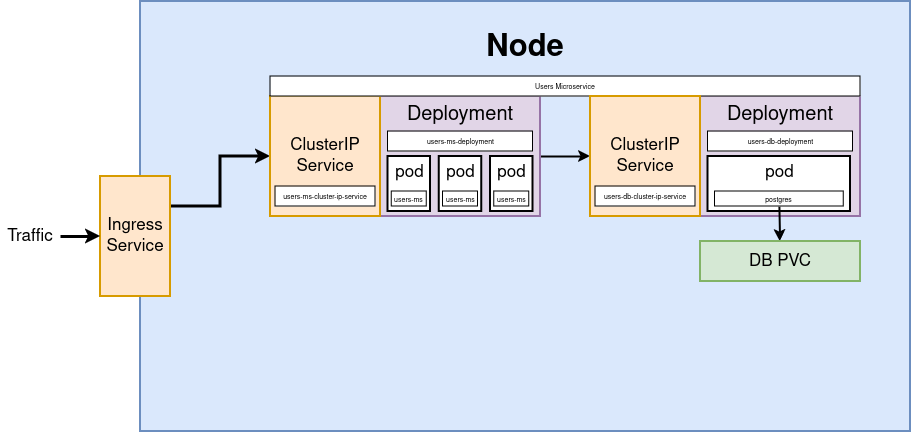
Before: k8s/Architecture.png, a diagram exported from draw.io (lucamarchiori/ExploringMicroservices). Source tidied: cells renumbered, new cells last; positions are measured from the earlier drawing's top-left corner, leaving out a move shared by most shapes.
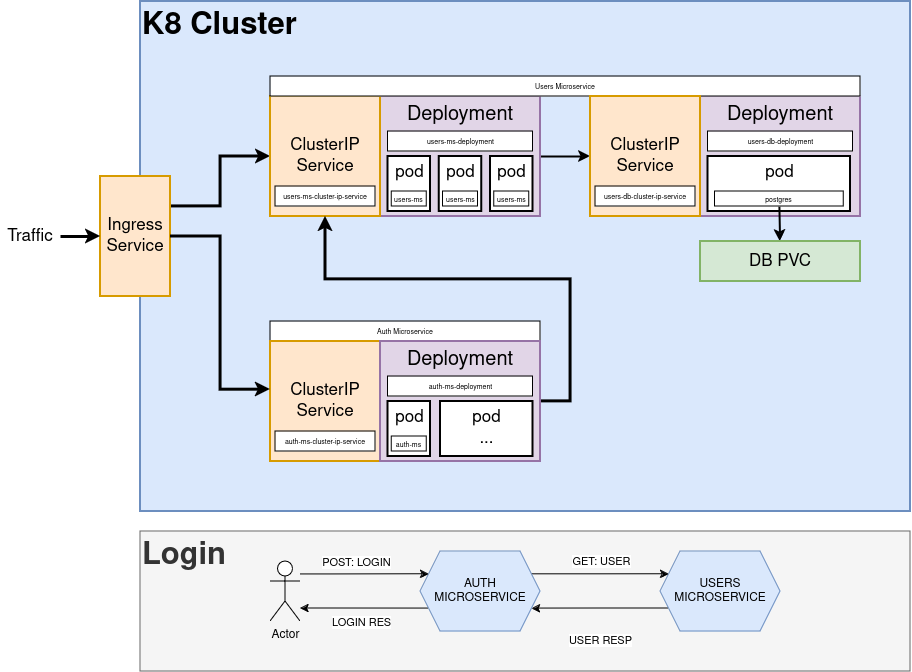
After the commit.

The edit, as a diff of the source:
```diff
@@ -2,8 +2,11 @@
   <root>
     <mxCell id="0" />
     <mxCell id="1" parent="0" />
+    <mxCell id="29" value="&lt;b&gt;&lt;font style=&quot;font-size: 31px;&quot;&gt;Login&lt;br&gt;&lt;/font&gt;&lt;/b&gt;" style="rounded=0;whiteSpace=wrap;html=1;align=left;verticalAlign=top;fillColor=#f5f5f5;strokeColor=#666666;fontColor=#333333;" parent="1" vertex="1">
+      <mxGeometry x="140" y="530" width="770" height="140" as="geometry" />
+    </mxCell>
-    <mxCell id="2" value="Node&lt;br style=&quot;font-size: 31px;&quot;&gt;&lt;br style=&quot;font-size: 31px;&quot;&gt;&lt;br style=&quot;font-size: 31px;&quot;&gt;&lt;br style=&quot;font-size: 31px;&quot;&gt;&lt;br style=&quot;font-size: 31px;&quot;&gt;&lt;br style=&quot;font-size: 31px;&quot;&gt;&lt;br style=&quot;font-size: 31px;&quot;&gt;&lt;br style=&quot;font-size: 31px;&quot;&gt;&lt;br style=&quot;font-size: 31px;&quot;&gt;&lt;br style=&quot;font-size: 31px;&quot;&gt;" style="rounded=0;whiteSpace=wrap;html=1;strokeWidth=2;fontSize=31;align=center;fillColor=#dae8fc;strokeColor=#6c8ebf;fontStyle=1;" parent="1" vertex="1">
-      <mxGeometry x="140" width="770" height="430" as="geometry" />
+    <mxCell id="2" value="K8 Cluster" style="rounded=0;whiteSpace=wrap;html=1;strokeWidth=2;fontSize=31;align=left;fillColor=#dae8fc;strokeColor=#6c8ebf;fontStyle=1;verticalAlign=top;" parent="1" vertex="1">
+      <mxGeometry x="140" width="770" height="510" as="geometry" />
     </mxCell>
     <mxCell id="3" style="edgeStyle=orthogonalEdgeStyle;rounded=0;jettySize=auto;html=1;entryX=0;entryY=0.5;entryDx=0;entryDy=0;strokeWidth=2;" parent="1" edge="1" source="4" target="26">
       <mxGeometry relative="1" as="geometry" />
@@ -83,5 +86,103 @@
     <mxCell id="28" value="users-db-cluster-ip-service" style="rounded=0;whiteSpace=wrap;html=1;fontSize=7;" parent="27" vertex="1">
       <mxGeometry x="5" y="90" width="100" height="20" as="geometry" />
     </mxCell>
+    <mxCell id="30" value="Auth Microservice" style="rounded=0;whiteSpace=wrap;html=1;fontSize=7;" parent="1" vertex="1">
+      <mxGeometry x="270" y="320" width="270" height="20" as="geometry" />
+    </mxCell>
+    <mxCell id="31" style="group;" parent="1" vertex="1">
+      <mxGeometry x="270" y="340" width="110" height="120" as="geometry" />
+    </mxCell>
+    <mxCell id="32" value="ClusterIP&lt;br&gt;Service" style="rounded=0;whiteSpace=wrap;html=1;strokeWidth=2;fontSize=17;align=center;fillColor=#ffe6cc;strokeColor=#d79b00;verticalAlign=middle;" parent="31" vertex="1">
+      <mxGeometry width="110" height="120" as="geometry" />
+    </mxCell>
+    <mxCell id="33" value="auth-ms-cluster-ip-service" style="rounded=0;whiteSpace=wrap;html=1;fontSize=7;" parent="31" vertex="1">
+      <mxGeometry x="5" y="90" width="100" height="20" as="geometry" />
+    </mxCell>
+    <mxCell id="34" style="edgeStyle=orthogonalEdgeStyle;rounded=0;jettySize=auto;html=1;strokeWidth=3;" parent="1" edge="1" source="35" target="17">
+      <mxGeometry relative="1" as="geometry">
+        <Array as="points">
+          <mxPoint x="570" y="400" />
+          <mxPoint x="570" y="278" />
+          <mxPoint x="325" y="278" />
+        </Array>
+      </mxGeometry>
+    </mxCell>
+    <mxCell id="35" value="Deployment" style="rounded=0;whiteSpace=wrap;html=1;strokeWidth=2;fontSize=20;align=center;fillColor=#e1d5e7;strokeColor=#9673a6;verticalAlign=top;" parent="1" vertex="1">
+      <mxGeometry x="380" y="340" width="160" height="120" as="geometry" />
+    </mxCell>
+    <mxCell id="36" value="pod" style="rounded=0;whiteSpace=wrap;html=1;strokeWidth=2;fontSize=17;align=center;fillColor=#ffffff;strokeColor=#000000;verticalAlign=top;" parent="1" vertex="1">
+      <mxGeometry x="387.5" y="400" width="42.5" height="55" as="geometry" />
+    </mxCell>
+    <mxCell id="37" value="auth-ms-deployment" style="rounded=0;whiteSpace=wrap;html=1;fontSize=7;" parent="1" vertex="1">
+      <mxGeometry x="387.5" y="375" width="145" height="20" as="geometry" />
+    </mxCell>
+    <mxCell id="38" value="&lt;div&gt;pod&lt;/div&gt;&lt;div&gt;...&lt;br&gt;&lt;/div&gt;" style="rounded=0;whiteSpace=wrap;html=1;strokeWidth=2;fontSize=17;align=center;fillColor=#ffffff;strokeColor=#000000;verticalAlign=top;" parent="1" vertex="1">
+      <mxGeometry x="440" y="400" width="92.5" height="55" as="geometry" />
+    </mxCell>
+    <mxCell id="39" value="auth-ms" style="rounded=0;whiteSpace=wrap;html=1;fontSize=7;" parent="1" vertex="1">
+      <mxGeometry x="391.2" y="435" width="35" height="15" as="geometry" />
+    </mxCell>
+    <mxCell id="40" style="edgeStyle=orthogonalEdgeStyle;rounded=0;jettySize=auto;html=1;entryX=-0.002;entryY=0.401;entryDx=0;entryDy=0;entryPerimeter=0;strokeWidth=3;" parent="1" edge="1" source="6" target="32">
+      <mxGeometry relative="1" as="geometry" />
+    </mxCell>
+    <mxCell id="41" style="edgeStyle=orthogonalEdgeStyle;rounded=0;jettySize=auto;html=1;entryX=1;entryY=0.75;entryDx=0;entryDy=0;" parent="1" edge="1" source="43" target="48">
+      <mxGeometry relative="1" as="geometry">
+        <Array as="points">
+          <mxPoint x="600" y="607" />
+        </Array>
+      </mxGeometry>
+    </mxCell>
+    <mxCell id="42" value="&lt;div&gt;USER RESP&lt;/div&gt;" style="edgeLabel;html=1;align=center;verticalAlign=middle;" parent="41" vertex="1">
+      <mxGeometry x="-0.08" relative="1" as="geometry">
+        <mxPoint x="-6" y="31" as="offset" />
+      </mxGeometry>
+    </mxCell>
+    <mxCell id="43" value="&lt;div&gt;USERS&lt;/div&gt;&lt;div&gt;MICROSERVICE&lt;/div&gt;" style="shape=hexagon;perimeter=hexagonPerimeter2;whiteSpace=wrap;html=1;fixedSize=1;fillColor=#dae8fc;strokeColor=#6c8ebf;" parent="1" vertex="1">
+      <mxGeometry x="660" y="550" width="120" height="80" as="geometry" />
+    </mxCell>
+    <mxCell id="44" style="edgeStyle=orthogonalEdgeStyle;rounded=0;jettySize=auto;html=1;exitX=0;exitY=0.75;exitDx=0;exitDy=0;" parent="1" edge="1" source="48" target="51">
+      <mxGeometry relative="1" as="geometry">
+        <Array as="points">
+          <mxPoint x="330" y="607" />
+          <mxPoint x="330" y="607" />
+        </Array>
+      </mxGeometry>
+    </mxCell>
+    <mxCell id="45" value="&lt;div&gt;LOGIN RES&lt;/div&gt;" style="edgeLabel;html=1;align=center;verticalAlign=middle;" parent="44" vertex="1">
+      <mxGeometry y="-1" relative="1" as="geometry">
+        <mxPoint x="-4" y="14" as="offset" />
+      </mxGeometry>
+    </mxCell>
+    <mxCell id="46" style="edgeStyle=orthogonalEdgeStyle;rounded=0;jettySize=auto;html=1;entryX=0;entryY=0.25;entryDx=0;entryDy=0;" parent="1" edge="1" source="48" target="43">
+      <mxGeometry relative="1" as="geometry">
+        <Array as="points">
+          <mxPoint x="600" y="573" />
+        </Array>
+      </mxGeometry>
+    </mxCell>
+    <mxCell id="47" value="GET: USER" style="edgeLabel;html=1;align=center;verticalAlign=middle;" parent="46" vertex="1">
+      <mxGeometry x="0.18" relative="1" as="geometry">
+        <mxPoint x="-12" y="-13" as="offset" />
+      </mxGeometry>
+    </mxCell>
+    <mxCell id="48" value="&lt;div&gt;AUTH&lt;/div&gt;&lt;div&gt;MICROSERVICE&lt;/div&gt;" style="shape=hexagon;perimeter=hexagonPerimeter2;whiteSpace=wrap;html=1;fixedSize=1;rounded=0;fillColor=#dae8fc;strokeColor=#6c8ebf;" parent="1" vertex="1">
+      <mxGeometry x="420" y="550" width="120" height="80" as="geometry" />
+    </mxCell>
+    <mxCell id="49" style="edgeStyle=orthogonalEdgeStyle;rounded=0;jettySize=auto;html=1;entryX=0;entryY=0.25;entryDx=0;entryDy=0;" parent="1" edge="1" source="51" target="48">
+      <mxGeometry relative="1" as="geometry">
+        <Array as="points">
+          <mxPoint x="330" y="573" />
+          <mxPoint x="330" y="573" />
+        </Array>
+      </mxGeometry>
+    </mxCell>
+    <mxCell id="50" value="POST: LOGIN" style="edgeLabel;html=1;align=center;verticalAlign=middle;" parent="49" vertex="1">
+      <mxGeometry x="-0.13" y="1" relative="1" as="geometry">
+        <mxPoint y="-12" as="offset" />
+      </mxGeometry>
+    </mxCell>
+    <mxCell id="51" value="Actor" style="shape=umlActor;verticalLabelPosition=bottom;verticalAlign=top;html=1;outlineConnect=0;" parent="1" vertex="1">
+      <mxGeometry x="270" y="560" width="30" height="60" as="geometry" />
+    </mxCell>
   </root>
 </mxGraphModel>
```
